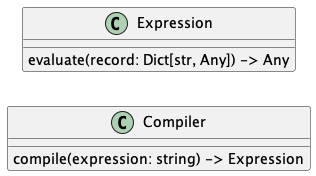
Above: diagrams/api_design-class.png in zdenecek/bachelor-thesis (PlantUML), before the change. The source it was exported from:
```plantuml
@startuml

left to right direction

class Compiler {
    compile(expression: string) -> Expression
}

class Expression {
    evaluate(record: Dict[str, Any]) -> Any
}

@enduml
```
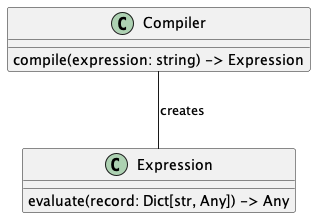
After the commit.

Commit message:
migrate to new template; add content; add diagrams

What changed in the source:
```diff
@@ -1,6 +1,6 @@
 @startuml
 
-left to right direction
+top to bottom direction
 
 class Compiler {
     compile(expression: string) -> Expression
@@ -10,4 +10,6 @@
     evaluate(record: Dict[str, Any]) -> Any
 }
 
+Compiler -- Expression : creates
+
 @enduml
```
